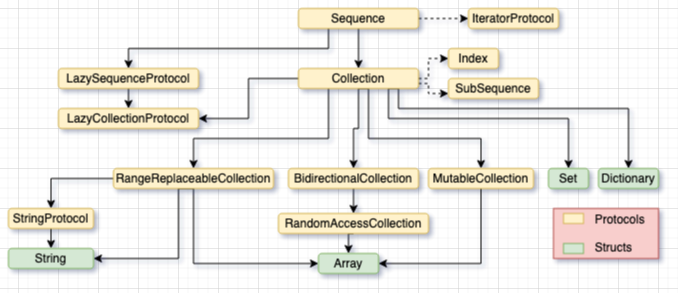
Earlier version of the draw.io export content/posts/04-swift-collections/collection_hierarchy.png (iTwenty/personal-website). Source tidied: cells renumbered, new cells last; positions are measured from the earlier drawing's top-left corner, leaving out a move shared by most shapes. Source of this version:
```xml
<mxGraphModel>
  <root>
    <mxCell id="0" />
    <mxCell id="1" parent="0" />
    <mxCell id="2" style="edgeStyle=orthogonalEdgeStyle;rounded=0;jettySize=auto;html=1;exitX=0.25;exitY=1;exitDx=0;exitDy=0;entryX=0.5;entryY=0;entryDx=0;entryDy=0;" parent="1" edge="1" source="5" target="7">
      <mxGeometry relative="1" as="geometry" />
    </mxCell>
    <mxCell id="3" style="edgeStyle=orthogonalEdgeStyle;rounded=0;jettySize=auto;html=1;exitX=0.5;exitY=1;exitDx=0;exitDy=0;entryX=0.5;entryY=0;entryDx=0;entryDy=0;" parent="1" edge="1" source="5" target="16">
      <mxGeometry relative="1" as="geometry" />
    </mxCell>
    <mxCell id="4" style="edgeStyle=orthogonalEdgeStyle;rounded=0;jettySize=auto;html=1;exitX=1;exitY=0.5;exitDx=0;exitDy=0;entryX=0;entryY=0.5;entryDx=0;entryDy=0;dashed=1;strokeColor=default;" parent="1" edge="1" source="5" target="37">
      <mxGeometry relative="1" as="geometry" />
    </mxCell>
    <mxCell id="5" value="&lt;div&gt;Sequence&lt;/div&gt;" style="rounded=1;whiteSpace=wrap;html=1;fillColor=#fff2cc;strokeColor=#d6b656;" parent="1" vertex="1">
      <mxGeometry x="290" width="120" height="20" as="geometry" />
    </mxCell>
    <mxCell id="6" style="edgeStyle=orthogonalEdgeStyle;rounded=0;jettySize=auto;html=1;exitX=0.5;exitY=1;exitDx=0;exitDy=0;entryX=0.5;entryY=0;entryDx=0;entryDy=0;" parent="1" edge="1" source="7" target="17">
      <mxGeometry relative="1" as="geometry" />
    </mxCell>
    <mxCell id="7" value="LazySequenceProtocol" style="rounded=1;whiteSpace=wrap;html=1;fillColor=#fff2cc;strokeColor=#d6b656;" parent="1" vertex="1">
      <mxGeometry x="50" y="60" width="140" height="20" as="geometry" />
    </mxCell>
    <mxCell id="8" style="edgeStyle=orthogonalEdgeStyle;rounded=0;jettySize=auto;html=1;exitX=0;exitY=0.5;exitDx=0;exitDy=0;entryX=1;entryY=0.5;entryDx=0;entryDy=0;" parent="1" edge="1" source="16" target="17">
      <mxGeometry relative="1" as="geometry" />
    </mxCell>
    <mxCell id="9" style="edgeStyle=orthogonalEdgeStyle;rounded=0;jettySize=auto;html=1;exitX=0.75;exitY=1;exitDx=0;exitDy=0;entryX=0.5;entryY=0;entryDx=0;entryDy=0;" parent="1" edge="1" source="16" target="28">
      <mxGeometry relative="1" as="geometry">
        <Array as="points">
          <mxPoint x="380" y="110" />
          <mxPoint x="560" y="110" />
        </Array>
      </mxGeometry>
    </mxCell>
    <mxCell id="10" style="edgeStyle=orthogonalEdgeStyle;rounded=0;jettySize=auto;html=1;exitX=0.75;exitY=1;exitDx=0;exitDy=0;entryX=0.5;entryY=0;entryDx=0;entryDy=0;" parent="1" edge="1" source="16" target="29">
      <mxGeometry relative="1" as="geometry">
        <Array as="points">
          <mxPoint x="390" y="80" />
          <mxPoint x="390" y="100" />
          <mxPoint x="620" y="100" />
        </Array>
      </mxGeometry>
    </mxCell>
    <mxCell id="11" style="edgeStyle=orthogonalEdgeStyle;rounded=0;jettySize=auto;html=1;exitX=0.25;exitY=1;exitDx=0;exitDy=0;entryX=0.5;entryY=0;entryDx=0;entryDy=0;" parent="1" edge="1" source="16" target="21">
      <mxGeometry relative="1" as="geometry">
        <Array as="points">
          <mxPoint x="320" y="130" />
          <mxPoint x="185" y="130" />
        </Array>
      </mxGeometry>
    </mxCell>
    <mxCell id="12" style="edgeStyle=orthogonalEdgeStyle;rounded=0;jettySize=auto;html=1;exitX=0.5;exitY=1;exitDx=0;exitDy=0;entryX=0.5;entryY=0;entryDx=0;entryDy=0;" parent="1" edge="1" source="16" target="25">
      <mxGeometry relative="1" as="geometry" />
    </mxCell>
    <mxCell id="13" style="edgeStyle=orthogonalEdgeStyle;rounded=0;jettySize=auto;html=1;exitX=0.5;exitY=1;exitDx=0;exitDy=0;entryX=0.5;entryY=0;entryDx=0;entryDy=0;" parent="1" edge="1" source="16" target="23">
      <mxGeometry relative="1" as="geometry">
        <Array as="points">
          <mxPoint x="360" y="80" />
          <mxPoint x="360" y="130" />
          <mxPoint x="473" y="130" />
        </Array>
      </mxGeometry>
    </mxCell>
    <mxCell id="14" style="edgeStyle=orthogonalEdgeStyle;rounded=0;jettySize=auto;html=1;exitX=1;exitY=0.5;exitDx=0;exitDy=0;entryX=0;entryY=0.5;entryDx=0;entryDy=0;dashed=1;strokeColor=default;" parent="1" edge="1" source="16" target="38">
      <mxGeometry relative="1" as="geometry">
        <Array as="points">
          <mxPoint x="420" y="70" />
          <mxPoint x="420" y="50" />
        </Array>
      </mxGeometry>
    </mxCell>
    <mxCell id="15" style="edgeStyle=orthogonalEdgeStyle;rounded=0;jettySize=auto;html=1;exitX=1;exitY=0.75;exitDx=0;exitDy=0;entryX=0;entryY=0.75;entryDx=0;entryDy=0;dashed=1;strokeColor=default;" parent="1" edge="1" source="16" target="39">
      <mxGeometry relative="1" as="geometry">
        <Array as="points">
          <mxPoint x="420" y="75" />
          <mxPoint x="420" y="85" />
        </Array>
      </mxGeometry>
    </mxCell>
    <mxCell id="16" value="Collection" style="rounded=1;whiteSpace=wrap;html=1;fillColor=#fff2cc;strokeColor=#d6b656;" parent="1" vertex="1">
      <mxGeometry x="290" y="60" width="120" height="20" as="geometry" />
    </mxCell>
    <mxCell id="17" value="LazyCollectionProtocol" style="rounded=1;whiteSpace=wrap;html=1;fillColor=#fff2cc;strokeColor=#d6b656;" parent="1" vertex="1">
      <mxGeometry x="50" y="100" width="140" height="20" as="geometry" />
    </mxCell>
    <mxCell id="18" style="edgeStyle=orthogonalEdgeStyle;rounded=0;jettySize=auto;html=1;exitX=0;exitY=0.5;exitDx=0;exitDy=0;entryX=0.5;entryY=0;entryDx=0;entryDy=0;" parent="1" edge="1" source="21" target="27">
      <mxGeometry relative="1" as="geometry" />
    </mxCell>
    <mxCell id="19" style="edgeStyle=orthogonalEdgeStyle;rounded=0;jettySize=auto;html=1;exitX=0.5;exitY=1;exitDx=0;exitDy=0;entryX=1;entryY=0.5;entryDx=0;entryDy=0;" parent="1" edge="1" source="21" target="30">
      <mxGeometry relative="1" as="geometry">
        <Array as="points">
          <mxPoint x="170" y="180" />
          <mxPoint x="170" y="250" />
        </Array>
      </mxGeometry>
    </mxCell>
    <mxCell id="20" style="edgeStyle=orthogonalEdgeStyle;rounded=0;jettySize=auto;html=1;exitX=0.5;exitY=1;exitDx=0;exitDy=0;entryX=0;entryY=0.5;entryDx=0;entryDy=0;" parent="1" edge="1" source="21" target="31">
      <mxGeometry relative="1" as="geometry" />
    </mxCell>
    <mxCell id="21" value="RangeReplaceableCollection" style="rounded=1;whiteSpace=wrap;html=1;fillColor=#fff2cc;strokeColor=#d6b656;" parent="1" vertex="1">
      <mxGeometry x="105" y="160" width="160" height="20" as="geometry" />
    </mxCell>
    <mxCell id="22" style="edgeStyle=orthogonalEdgeStyle;rounded=0;jettySize=auto;html=1;exitX=0.5;exitY=1;exitDx=0;exitDy=0;entryX=1;entryY=0.5;entryDx=0;entryDy=0;" parent="1" edge="1" source="23" target="31">
      <mxGeometry relative="1" as="geometry" />
    </mxCell>
    <mxCell id="23" value="MutableCollection" style="rounded=1;whiteSpace=wrap;html=1;fillColor=#fff2cc;strokeColor=#d6b656;" parent="1" vertex="1">
      <mxGeometry x="420" y="160" width="105" height="20" as="geometry" />
    </mxCell>
    <mxCell id="24" style="edgeStyle=orthogonalEdgeStyle;rounded=0;jettySize=auto;html=1;exitX=0.5;exitY=1;exitDx=0;exitDy=0;entryX=0.5;entryY=0;entryDx=0;entryDy=0;" parent="1" edge="1" source="25" target="36">
      <mxGeometry relative="1" as="geometry" />
    </mxCell>
    <mxCell id="25" value="BidirectionalCollection" style="rounded=1;whiteSpace=wrap;html=1;fillColor=#fff2cc;strokeColor=#d6b656;" parent="1" vertex="1">
      <mxGeometry x="280" y="160" width="130" height="20" as="geometry" />
    </mxCell>
    <mxCell id="26" style="edgeStyle=orthogonalEdgeStyle;rounded=0;jettySize=auto;html=1;exitX=0.5;exitY=1;exitDx=0;exitDy=0;entryX=0.5;entryY=0;entryDx=0;entryDy=0;" parent="1" edge="1" source="27" target="30">
      <mxGeometry relative="1" as="geometry" />
    </mxCell>
    <mxCell id="27" value="StringProtocol" style="rounded=1;whiteSpace=wrap;html=1;fillColor=#fff2cc;strokeColor=#d6b656;" parent="1" vertex="1">
      <mxGeometry y="200" width="85" height="20" as="geometry" />
    </mxCell>
    <mxCell id="28" value="Set" style="rounded=1;whiteSpace=wrap;html=1;fillColor=#d5e8d4;strokeColor=#82b366;" parent="1" vertex="1">
      <mxGeometry x="540" y="160" width="40" height="20" as="geometry" />
    </mxCell>
    <mxCell id="29" value="Dictionary" style="rounded=1;whiteSpace=wrap;html=1;fillColor=#d5e8d4;strokeColor=#82b366;" parent="1" vertex="1">
      <mxGeometry x="590" y="160" width="60" height="20" as="geometry" />
    </mxCell>
    <mxCell id="30" value="&lt;div&gt;String&lt;/div&gt;" style="rounded=1;whiteSpace=wrap;html=1;fillColor=#d5e8d4;strokeColor=#82b366;" parent="1" vertex="1">
      <mxGeometry y="240" width="85" height="20" as="geometry" />
    </mxCell>
    <mxCell id="31" value="Array" style="rounded=1;whiteSpace=wrap;html=1;fillColor=#d5e8d4;strokeColor=#82b366;" parent="1" vertex="1">
      <mxGeometry x="310" y="245" width="60" height="20" as="geometry" />
    </mxCell>
    <mxCell id="32" value="&lt;div&gt;&lt;br&gt;&lt;/div&gt;&lt;div&gt;&amp;nbsp;&amp;nbsp;&amp;nbsp;&amp;nbsp;&amp;nbsp;&amp;nbsp;&amp;nbsp;&amp;nbsp;&amp;nbsp;&amp;nbsp; Protocols&lt;/div&gt;&lt;div&gt;&lt;br&gt;&lt;/div&gt;&lt;div&gt;&amp;nbsp;&amp;nbsp;&amp;nbsp;&amp;nbsp;&amp;nbsp;&amp;nbsp;&amp;nbsp;&amp;nbsp;&amp;nbsp;&amp;nbsp; Structs&lt;br&gt;&lt;/div&gt;" style="text;html=1;strokeColor=#b85450;fillColor=#f8cecc;spacing=5;spacingTop=-20;whiteSpace=wrap;overflow=hidden;rounded=0;" parent="1" vertex="1">
      <mxGeometry x="545" y="200" width="105" height="50" as="geometry" />
    </mxCell>
    <mxCell id="33" style="rounded=0;whiteSpace=wrap;html=1;fillColor=#fff2cc;strokeColor=#d6b656;" parent="1" vertex="1">
      <mxGeometry x="555" y="205" width="20" height="10" as="geometry" />
    </mxCell>
    <mxCell id="34" style="rounded=0;whiteSpace=wrap;html=1;fillColor=#d5e8d4;strokeColor=#82b366;" parent="1" vertex="1">
      <mxGeometry x="555" y="235" width="20" height="10" as="geometry" />
    </mxCell>
    <mxCell id="35" style="edgeStyle=orthogonalEdgeStyle;rounded=0;jettySize=auto;html=1;exitX=0.5;exitY=1;exitDx=0;exitDy=0;entryX=0.5;entryY=0;entryDx=0;entryDy=0;" parent="1" edge="1" source="36" target="31">
      <mxGeometry relative="1" as="geometry" />
    </mxCell>
    <mxCell id="36" value="RandomAccessCollection" style="rounded=1;whiteSpace=wrap;html=1;fillColor=#fff2cc;strokeColor=#d6b656;" parent="1" vertex="1">
      <mxGeometry x="270" y="205" width="150" height="20" as="geometry" />
    </mxCell>
    <mxCell id="37" value="IteratorProtocol" style="rounded=1;whiteSpace=wrap;html=1;fillColor=#fff2cc;strokeColor=#d6b656;" parent="1" vertex="1">
      <mxGeometry x="460" width="90" height="20" as="geometry" />
    </mxCell>
    <mxCell id="38" value="Index" style="rounded=1;whiteSpace=wrap;html=1;fillColor=#fff2cc;strokeColor=#d6b656;" parent="1" vertex="1">
      <mxGeometry x="440" y="40" width="50" height="20" as="geometry" />
    </mxCell>
    <mxCell id="39" value="SubSequence" style="rounded=1;whiteSpace=wrap;html=1;fillColor=#fff2cc;strokeColor=#d6b656;" parent="1" vertex="1">
      <mxGeometry x="440" y="70" width="90" height="20" as="geometry" />
    </mxCell>
  </root>
</mxGraphModel>
```
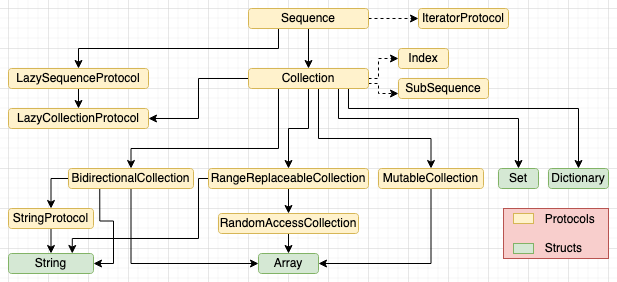
After the commit.

Commit message:
Fix swift collections hierarchy diagram

Diff of the diagram source:
```diff
@@ -40,14 +40,6 @@
         </Array>
       </mxGeometry>
     </mxCell>
-    <mxCell id="11" style="edgeStyle=orthogonalEdgeStyle;rounded=0;jettySize=auto;html=1;exitX=0.25;exitY=1;exitDx=0;exitDy=0;entryX=0.5;entryY=0;entryDx=0;entryDy=0;" parent="1" edge="1" source="16" target="21">
-      <mxGeometry relative="1" as="geometry">
-        <Array as="points">
-          <mxPoint x="320" y="130" />
-          <mxPoint x="185" y="130" />
-        </Array>
-      </mxGeometry>
-    </mxCell>
     <mxCell id="12" style="edgeStyle=orthogonalEdgeStyle;rounded=0;jettySize=auto;html=1;exitX=0.5;exitY=1;exitDx=0;exitDy=0;entryX=0.5;entryY=0;entryDx=0;entryDy=0;" parent="1" edge="1" source="16" target="25">
       <mxGeometry relative="1" as="geometry" />
     </mxCell>
@@ -76,28 +68,31 @@
         </Array>
       </mxGeometry>
     </mxCell>
+    <mxCell id="11" style="edgeStyle=orthogonalEdgeStyle;rounded=0;jettySize=auto;html=1;exitX=0.25;exitY=1;exitDx=0;exitDy=0;entryX=0.5;entryY=0;entryDx=0;entryDy=0;" parent="1" edge="1" source="16" target="21">
+      <mxGeometry relative="1" as="geometry">
+        <Array as="points">
+          <mxPoint x="320" y="140" />
+          <mxPoint x="173" y="140" />
+        </Array>
+      </mxGeometry>
+    </mxCell>
     <mxCell id="16" value="Collection" style="rounded=1;whiteSpace=wrap;html=1;fillColor=#fff2cc;strokeColor=#d6b656;" parent="1" vertex="1">
       <mxGeometry x="290" y="60" width="120" height="20" as="geometry" />
     </mxCell>
     <mxCell id="17" value="LazyCollectionProtocol" style="rounded=1;whiteSpace=wrap;html=1;fillColor=#fff2cc;strokeColor=#d6b656;" parent="1" vertex="1">
       <mxGeometry x="50" y="100" width="140" height="20" as="geometry" />
     </mxCell>
+    <mxCell id="20" style="edgeStyle=orthogonalEdgeStyle;rounded=0;jettySize=auto;html=1;exitX=0.5;exitY=1;exitDx=0;exitDy=0;entryX=0;entryY=0.5;entryDx=0;entryDy=0;" parent="1" edge="1" source="21" target="31">
+      <mxGeometry relative="1" as="geometry" />
+    </mxCell>
     <mxCell id="18" style="edgeStyle=orthogonalEdgeStyle;rounded=0;jettySize=auto;html=1;exitX=0;exitY=0.5;exitDx=0;exitDy=0;entryX=0.5;entryY=0;entryDx=0;entryDy=0;" parent="1" edge="1" source="21" target="27">
       <mxGeometry relative="1" as="geometry" />
     </mxCell>
-    <mxCell id="19" style="edgeStyle=orthogonalEdgeStyle;rounded=0;jettySize=auto;html=1;exitX=0.5;exitY=1;exitDx=0;exitDy=0;entryX=1;entryY=0.5;entryDx=0;entryDy=0;" parent="1" edge="1" source="21" target="30">
-      <mxGeometry relative="1" as="geometry">
-        <Array as="points">
-          <mxPoint x="170" y="180" />
-          <mxPoint x="170" y="250" />
-        </Array>
-      </mxGeometry>
+    <mxCell id="19" style="edgeStyle=orthogonalEdgeStyle;rounded=0;jettySize=auto;html=1;exitX=0.25;exitY=1;exitDx=0;exitDy=0;entryX=1;entryY=0.5;entryDx=0;entryDy=0;" parent="1" edge="1" source="21" target="30">
+      <mxGeometry relative="1" as="geometry" />
     </mxCell>
-    <mxCell id="20" style="edgeStyle=orthogonalEdgeStyle;rounded=0;jettySize=auto;html=1;exitX=0.5;exitY=1;exitDx=0;exitDy=0;entryX=0;entryY=0.5;entryDx=0;entryDy=0;" parent="1" edge="1" source="21" target="31">
-      <mxGeometry relative="1" as="geometry" />
-    </mxCell>
-    <mxCell id="21" value="RangeReplaceableCollection" style="rounded=1;whiteSpace=wrap;html=1;fillColor=#fff2cc;strokeColor=#d6b656;" parent="1" vertex="1">
-      <mxGeometry x="105" y="160" width="160" height="20" as="geometry" />
+    <mxCell id="21" value="BidirectionalCollection" style="rounded=1;whiteSpace=wrap;html=1;fillColor=#fff2cc;strokeColor=#d6b656;" parent="1" vertex="1">
+      <mxGeometry x="110" y="160" width="125" height="20" as="geometry" />
     </mxCell>
     <mxCell id="22" style="edgeStyle=orthogonalEdgeStyle;rounded=0;jettySize=auto;html=1;exitX=0.5;exitY=1;exitDx=0;exitDy=0;entryX=1;entryY=0.5;entryDx=0;entryDy=0;" parent="1" edge="1" source="23" target="31">
       <mxGeometry relative="1" as="geometry" />
@@ -108,14 +103,23 @@
     <mxCell id="24" style="edgeStyle=orthogonalEdgeStyle;rounded=0;jettySize=auto;html=1;exitX=0.5;exitY=1;exitDx=0;exitDy=0;entryX=0.5;entryY=0;entryDx=0;entryDy=0;" parent="1" edge="1" source="25" target="36">
       <mxGeometry relative="1" as="geometry" />
     </mxCell>
+    <mxCell id="40" style="edgeStyle=orthogonalEdgeStyle;rounded=0;jettySize=auto;html=1;exitX=0;exitY=0.5;exitDx=0;exitDy=0;entryX=0.75;entryY=0;entryDx=0;entryDy=0;" parent="1" edge="1" source="25" target="30">
+      <mxGeometry relative="1" as="geometry">
+        <Array as="points">
+          <mxPoint x="240" y="170" />
+          <mxPoint x="240" y="230" />
+          <mxPoint x="114" y="230" />
+        </Array>
+      </mxGeometry>
+    </mxCell>
-    <mxCell id="25" value="BidirectionalCollection" style="rounded=1;whiteSpace=wrap;html=1;fillColor=#fff2cc;strokeColor=#d6b656;" parent="1" vertex="1">
-      <mxGeometry x="280" y="160" width="130" height="20" as="geometry" />
+    <mxCell id="25" value="&lt;div&gt;RangeReplaceableCollection&lt;/div&gt;" style="rounded=1;whiteSpace=wrap;html=1;fillColor=#fff2cc;strokeColor=#d6b656;" parent="1" vertex="1">
+      <mxGeometry x="250" y="160" width="160" height="20" as="geometry" />
     </mxCell>
     <mxCell id="26" style="edgeStyle=orthogonalEdgeStyle;rounded=0;jettySize=auto;html=1;exitX=0.5;exitY=1;exitDx=0;exitDy=0;entryX=0.5;entryY=0;entryDx=0;entryDy=0;" parent="1" edge="1" source="27" target="30">
       <mxGeometry relative="1" as="geometry" />
     </mxCell>
     <mxCell id="27" value="StringProtocol" style="rounded=1;whiteSpace=wrap;html=1;fillColor=#fff2cc;strokeColor=#d6b656;" parent="1" vertex="1">
-      <mxGeometry y="200" width="85" height="20" as="geometry" />
+      <mxGeometry x="50" y="200" width="85" height="20" as="geometry" />
     </mxCell>
     <mxCell id="28" value="Set" style="rounded=1;whiteSpace=wrap;html=1;fillColor=#d5e8d4;strokeColor=#82b366;" parent="1" vertex="1">
       <mxGeometry x="540" y="160" width="40" height="20" as="geometry" />
@@ -124,10 +128,10 @@
       <mxGeometry x="590" y="160" width="60" height="20" as="geometry" />
     </mxCell>
     <mxCell id="30" value="&lt;div&gt;String&lt;/div&gt;" style="rounded=1;whiteSpace=wrap;html=1;fillColor=#d5e8d4;strokeColor=#82b366;" parent="1" vertex="1">
-      <mxGeometry y="240" width="85" height="20" as="geometry" />
+      <mxGeometry x="50" y="245" width="85" height="20" as="geometry" />
     </mxCell>
     <mxCell id="31" value="Array" style="rounded=1;whiteSpace=wrap;html=1;fillColor=#d5e8d4;strokeColor=#82b366;" parent="1" vertex="1">
-      <mxGeometry x="310" y="245" width="60" height="20" as="geometry" />
+      <mxGeometry x="300" y="245" width="60" height="20" as="geometry" />
     </mxCell>
     <mxCell id="32" value="&lt;div&gt;&lt;br&gt;&lt;/div&gt;&lt;div&gt;&amp;nbsp;&amp;nbsp;&amp;nbsp;&amp;nbsp;&amp;nbsp;&amp;nbsp;&amp;nbsp;&amp;nbsp;&amp;nbsp;&amp;nbsp; Protocols&lt;/div&gt;&lt;div&gt;&lt;br&gt;&lt;/div&gt;&lt;div&gt;&amp;nbsp;&amp;nbsp;&amp;nbsp;&amp;nbsp;&amp;nbsp;&amp;nbsp;&amp;nbsp;&amp;nbsp;&amp;nbsp;&amp;nbsp; Structs&lt;br&gt;&lt;/div&gt;" style="text;html=1;strokeColor=#b85450;fillColor=#f8cecc;spacing=5;spacingTop=-20;whiteSpace=wrap;overflow=hidden;rounded=0;" parent="1" vertex="1">
       <mxGeometry x="545" y="200" width="105" height="50" as="geometry" />
@@ -142,7 +146,7 @@
       <mxGeometry relative="1" as="geometry" />
     </mxCell>
     <mxCell id="36" value="RandomAccessCollection" style="rounded=1;whiteSpace=wrap;html=1;fillColor=#fff2cc;strokeColor=#d6b656;" parent="1" vertex="1">
-      <mxGeometry x="270" y="205" width="150" height="20" as="geometry" />
+      <mxGeometry x="260" y="205" width="140" height="20" as="geometry" />
     </mxCell>
     <mxCell id="37" value="IteratorProtocol" style="rounded=1;whiteSpace=wrap;html=1;fillColor=#fff2cc;strokeColor=#d6b656;" parent="1" vertex="1">
       <mxGeometry x="460" width="90" height="20" as="geometry" />
```
